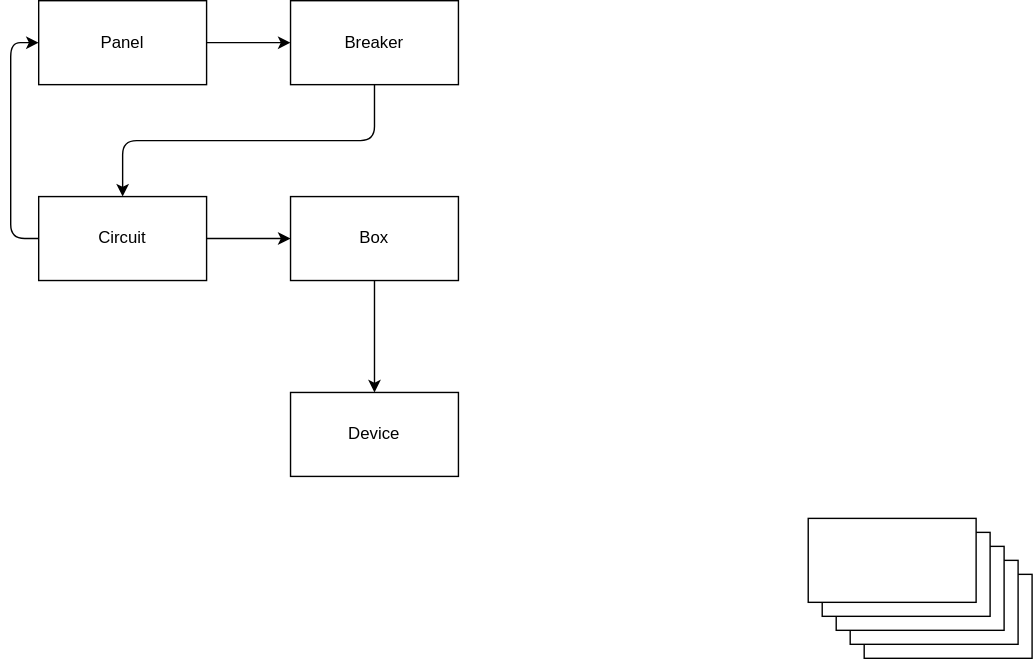
This is dataModel.drawio.svg from kylegibbons/electrical-designer, a draw.io export, as it was before one commit. Source tidied: cells renumbered, new cells last; positions are measured from the earlier drawing's top-left corner, leaving out a move shared by most shapes.
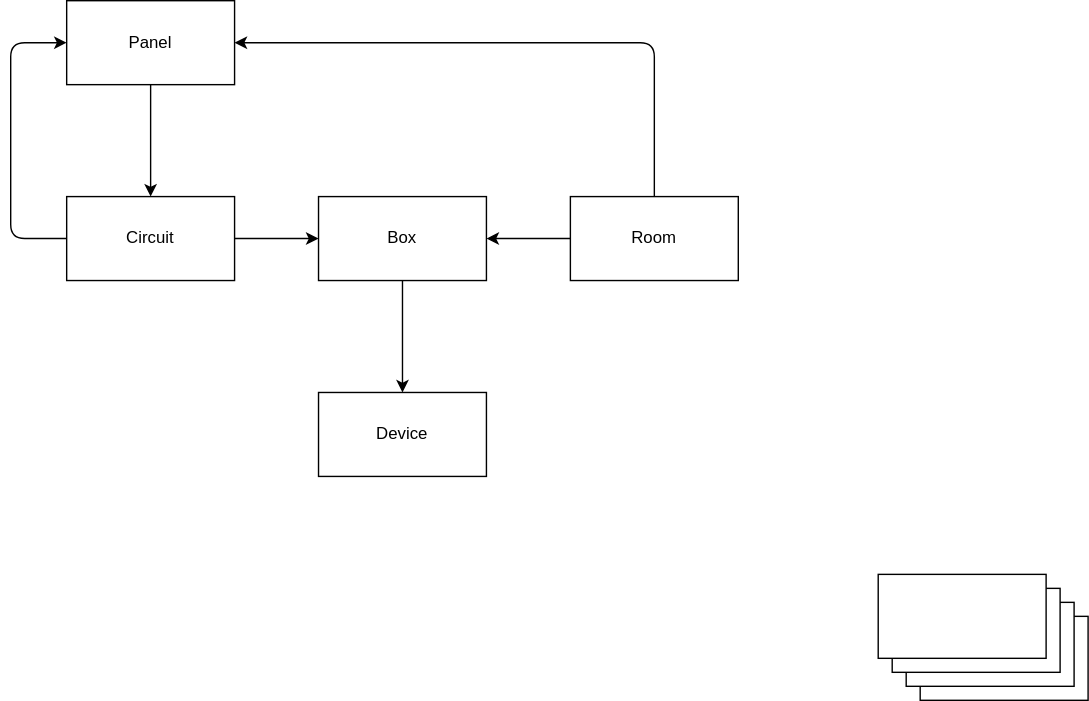
Later version of the same file.

The edit, as a diff of the source:
```diff
@@ -3,22 +3,22 @@
     <mxCell id="0" />
     <mxCell id="1" parent="0" />
     <mxCell id="2" style="rounded=0;whiteSpace=wrap;html=1;" parent="1" vertex="1">
-      <mxGeometry x="610" y="410" width="120" height="60" as="geometry" />
+      <mxGeometry x="590" y="340" width="120" height="60" as="geometry" />
     </mxCell>
     <mxCell id="3" style="rounded=0;whiteSpace=wrap;html=1;" parent="1" vertex="1">
-      <mxGeometry x="600" y="400" width="120" height="60" as="geometry" />
+      <mxGeometry x="580" y="330" width="120" height="60" as="geometry" />
     </mxCell>
     <mxCell id="4" style="rounded=0;whiteSpace=wrap;html=1;" parent="1" vertex="1">
-      <mxGeometry x="590" y="390" width="120" height="60" as="geometry" />
+      <mxGeometry x="570" y="320" width="120" height="60" as="geometry" />
     </mxCell>
     <mxCell id="5" value="Device" style="rounded=0;whiteSpace=wrap;html=1;" parent="1" vertex="1">
-      <mxGeometry x="200" y="280" width="120" height="60" as="geometry" />
+      <mxGeometry x="160" y="180" width="120" height="60" as="geometry" />
     </mxCell>
     <mxCell id="6" style="edgeStyle=none;html=1;exitX=0.5;exitY=1;exitDx=0;exitDy=0;entryX=0.5;entryY=0;entryDx=0;entryDy=0;" parent="1" edge="1" source="7" target="5">
       <mxGeometry relative="1" as="geometry" />
     </mxCell>
     <mxCell id="7" value="Box" style="rounded=0;whiteSpace=wrap;html=1;" parent="1" vertex="1">
-      <mxGeometry x="200" y="140" width="120" height="60" as="geometry" />
+      <mxGeometry x="160" y="40" width="120" height="60" as="geometry" />
     </mxCell>
     <mxCell id="8" style="edgeStyle=none;html=1;exitX=1;exitY=0.5;exitDx=0;exitDy=0;entryX=0;entryY=0.5;entryDx=0;entryDy=0;" parent="1" edge="1" source="10" target="7">
       <mxGeometry relative="1" as="geometry" />
@@ -26,31 +26,31 @@
     <mxCell id="9" style="edgeStyle=orthogonalEdgeStyle;html=1;exitX=0;exitY=0.5;exitDx=0;exitDy=0;entryX=0;entryY=0.5;entryDx=0;entryDy=0;" parent="1" edge="1" source="10" target="12">
       <mxGeometry relative="1" as="geometry">
         <Array as="points">
-          <mxPoint y="170" />
-          <mxPoint y="30" />
+          <mxPoint x="-60" y="70" />
+          <mxPoint x="-60" y="-70" />
         </Array>
       </mxGeometry>
     </mxCell>
     <mxCell id="10" value="Circuit" style="rounded=0;whiteSpace=wrap;html=1;" parent="1" vertex="1">
-      <mxGeometry x="20" y="140" width="120" height="60" as="geometry" />
+      <mxGeometry x="-20" y="40" width="120" height="60" as="geometry" />
     </mxCell>
-    <mxCell id="11" style="edgeStyle=none;html=1;exitX=1;exitY=0.5;exitDx=0;exitDy=0;entryX=0;entryY=0.5;entryDx=0;entryDy=0;" parent="1" edge="1" source="12" target="16">
-      <mxGeometry relative="1" as="geometry" />
-    </mxCell>
     <mxCell id="12" value="Panel" style="rounded=0;whiteSpace=wrap;html=1;" parent="1" vertex="1">
-      <mxGeometry x="20" width="120" height="60" as="geometry" />
+      <mxGeometry x="-20" y="-100" width="120" height="60" as="geometry" />
     </mxCell>
     <mxCell id="13" style="rounded=0;whiteSpace=wrap;html=1;" parent="1" vertex="1">
-      <mxGeometry x="580" y="380" width="120" height="60" as="geometry" />
+      <mxGeometry x="560" y="310" width="120" height="60" as="geometry" />
     </mxCell>
+    <mxCell id="17" style="edgeStyle=none;html=1;entryX=1;entryY=0.5;entryDx=0;entryDy=0;" parent="1" edge="1" source="14" target="7">
+      <mxGeometry relative="1" as="geometry" />
+    </mxCell>
+    <mxCell id="18" style="edgeStyle=orthogonalEdgeStyle;html=1;exitX=0.5;exitY=0;exitDx=0;exitDy=0;entryX=1;entryY=0.5;entryDx=0;entryDy=0;" parent="1" edge="1" source="14" target="12">
+      <mxGeometry relative="1" as="geometry" />
+    </mxCell>
-    <mxCell id="14" style="rounded=0;whiteSpace=wrap;html=1;" parent="1" vertex="1">
-      <mxGeometry x="570" y="370" width="120" height="60" as="geometry" />
+    <mxCell id="14" value="Room" style="rounded=0;whiteSpace=wrap;html=1;" parent="1" vertex="1">
+      <mxGeometry x="340" y="40" width="120" height="60" as="geometry" />
     </mxCell>
-    <mxCell id="15" style="edgeStyle=orthogonalEdgeStyle;html=1;exitX=0.5;exitY=1;exitDx=0;exitDy=0;entryX=0.5;entryY=0;entryDx=0;entryDy=0;" parent="1" edge="1" source="16" target="10">
+    <mxCell id="15" style="edgeStyle=orthogonalEdgeStyle;html=1;exitX=0.5;exitY=1;exitDx=0;exitDy=0;entryX=0.5;entryY=0;entryDx=0;entryDy=0;" parent="1" edge="1" source="12" target="10">
       <mxGeometry relative="1" as="geometry" />
     </mxCell>
-    <mxCell id="16" value="Breaker" style="rounded=0;whiteSpace=wrap;html=1;" parent="1" vertex="1">
-      <mxGeometry x="200" width="120" height="60" as="geometry" />
-    </mxCell>
   </root>
 </mxGraphModel>
```
